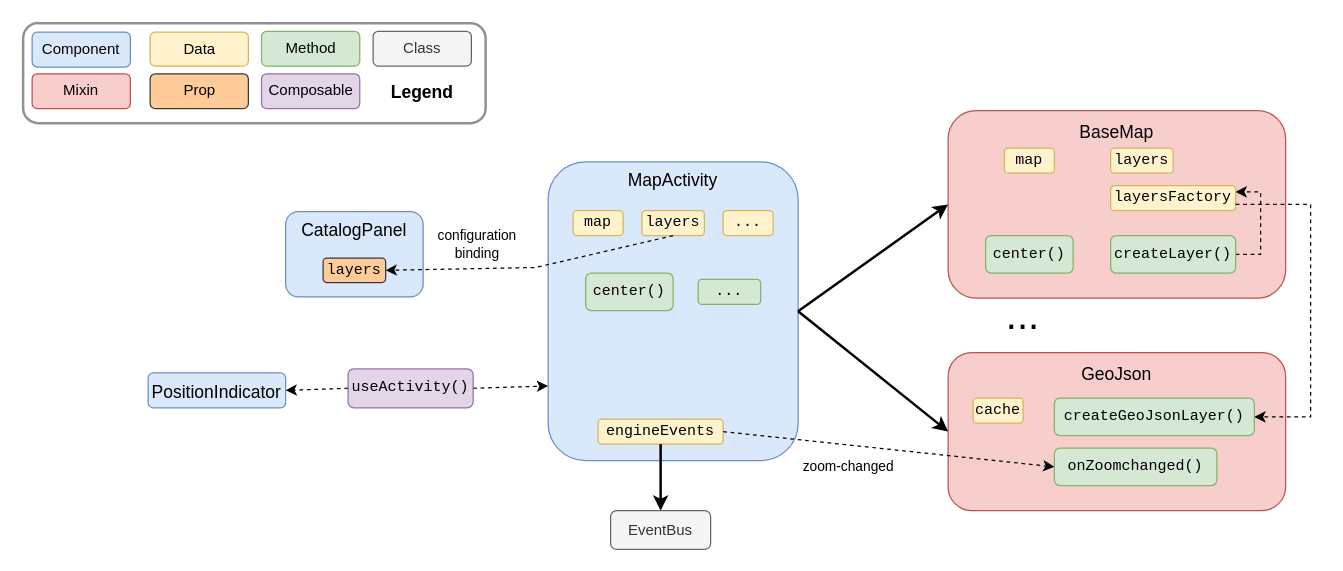
Earlier version of the draw.io diagram page "As is" (1 of 2) of docs/.vitepress/public/Map Activity.drawio (kalisio/kdk). Source tidied: cells renumbered, new cells numbered last; positions are measured from the earlier drawing's top-left corner, leaving out a move shared by most shapes. Both pictures are drawn from the tidied source at 125%, with x=0, y=0 at pixel (22, 22).
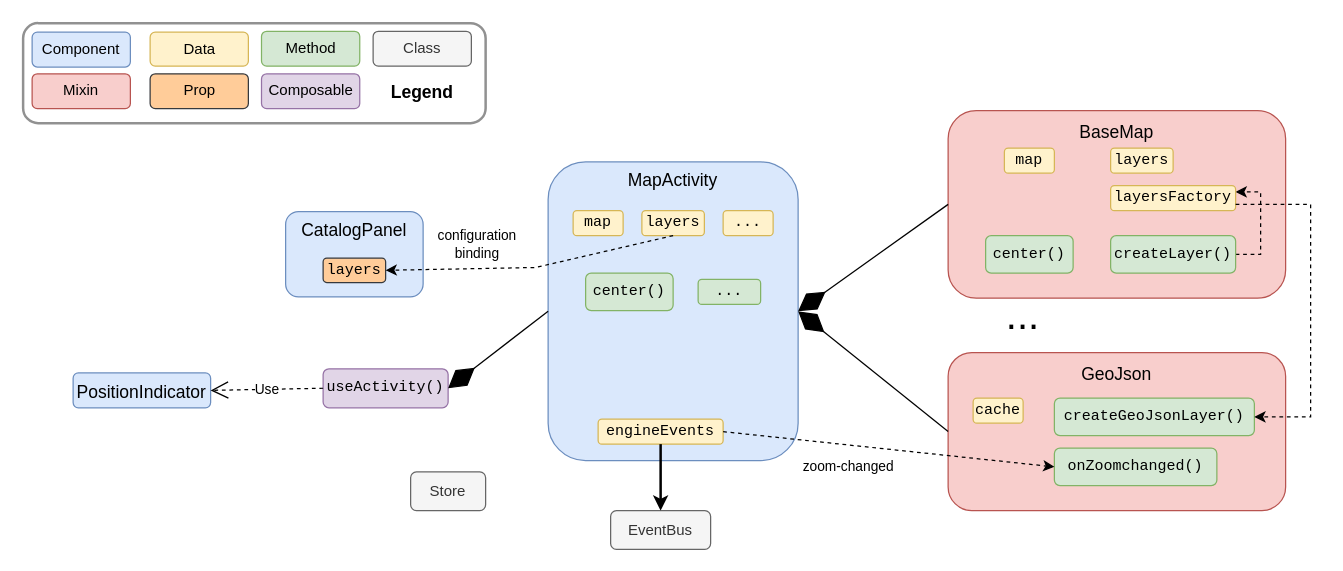
The same diagram, later.

Unchanged cells that the change refers to:
```xml
<mxCell id="3" value="&lt;font style=&quot;font-size: 14px&quot;&gt;BaseMap&lt;/font&gt;" style="rounded=1;whiteSpace=wrap;html=1;fillColor=#f8cecc;strokeColor=#b85450;fontSize=16;verticalAlign=top;" parent="1" vertex="1">
  <mxGeometry x="740" y="70" width="270" height="150" as="geometry" />
</mxCell>
<mxCell id="4" value="&lt;font style=&quot;font-size: 14px&quot;&gt;MapActivity&lt;/font&gt;" style="rounded=1;whiteSpace=wrap;html=1;fillColor=#dae8fc;strokeColor=#6c8ebf;verticalAlign=top;" parent="1" vertex="1">
  <mxGeometry x="420" y="111" width="200" height="239" as="geometry" />
</mxCell>
<mxCell id="5" value="&lt;font style=&quot;font-size: 14px&quot;&gt;GeoJson&lt;/font&gt;" style="rounded=1;whiteSpace=wrap;html=1;fillColor=#f8cecc;strokeColor=#b85450;fontSize=16;verticalAlign=top;" parent="1" vertex="1">
  <mxGeometry x="740" y="263.5" width="270" height="126.5" as="geometry" />
</mxCell>
```

Change to the diagram source:
```diff
@@
-    <mxCell id="7" style="endArrow=classic;html=1;rounded=0;entryX=0;entryY=0.5;entryDx=0;entryDy=0;exitX=1;exitY=0.5;exitDx=0;exitDy=0;strokeWidth=2;sourcePerimeterSpacing=0;" parent="1" edge="1" source="4" target="3">
-      <mxGeometry relative="1" as="geometry" />
-    </mxCell>
-    <mxCell id="8" style="endArrow=classic;html=1;rounded=0;entryX=0;entryY=0.5;entryDx=0;entryDy=0;exitX=1;exitY=0.5;exitDx=0;exitDy=0;strokeWidth=2;" parent="1" edge="1" source="4" target="5">
-      <mxGeometry relative="1" as="geometry" />
-    </mxCell>
@@
     <mxCell id="29" value="&lt;font style=&quot;font-size: 14px&quot;&gt;PositionIndicator&lt;/font&gt;" style="rounded=1;whiteSpace=wrap;html=1;fillColor=#dae8fc;strokeColor=#6c8ebf;verticalAlign=top;" parent="1" vertex="1">
-      <mxGeometry x="100" y="279.8" width="110" height="28" as="geometry" />
+      <mxGeometry x="40" y="279.8" width="110" height="28" as="geometry" />
     </mxCell>
@@
     <mxCell id="33" value="useActivity()" style="rounded=1;whiteSpace=wrap;html=1;fillColor=#e1d5e7;strokeColor=#9673a6;fontSize=12;fontFamily=Courier New;" parent="1" vertex="1">
-      <mxGeometry x="260" y="276.5" width="100" height="31.2" as="geometry" />
+      <mxGeometry x="240" y="276.5" width="100" height="31.2" as="geometry" />
     </mxCell>
-    <mxCell id="34" style="endArrow=classic;html=1;rounded=0;exitX=0;exitY=0.5;exitDx=0;exitDy=0;entryX=1;entryY=0.5;entryDx=0;entryDy=0;dashed=1;" parent="1" edge="1" source="33" target="29">
-      <mxGeometry relative="1" as="geometry" />
-    </mxCell>
-    <mxCell id="35" style="endArrow=classic;html=1;rounded=0;exitX=1;exitY=0.5;exitDx=0;exitDy=0;entryX=0;entryY=0.75;entryDx=0;entryDy=0;dashed=1;" parent="1" edge="1" source="33" target="4">
-      <mxGeometry relative="1" as="geometry" />
-    </mxCell>
@@
+    <mxCell id="46" style="endArrow=diamondThin;endFill=1;endSize=24;html=1;rounded=0;entryX=1;entryY=0.5;entryDx=0;entryDy=0;exitX=0;exitY=0.5;exitDx=0;exitDy=0;" parent="1" edge="1" source="3" target="4">
+      <mxGeometry relative="1" as="geometry" />
+    </mxCell>
+    <mxCell id="47" style="endArrow=diamondThin;endFill=1;endSize=24;html=1;rounded=0;entryX=1;entryY=0.5;entryDx=0;entryDy=0;exitX=0;exitY=0.5;exitDx=0;exitDy=0;" parent="1" edge="1" source="5" target="4">
+      <mxGeometry relative="1" as="geometry" />
+    </mxCell>
+    <mxCell id="34" value="Use" style="endArrow=open;endSize=12;dashed=1;html=1;rounded=0;exitX=0;exitY=0.5;exitDx=0;exitDy=0;entryX=1;entryY=0.5;entryDx=0;entryDy=0;" parent="1" edge="1" source="33" target="29">
+      <mxGeometry relative="1" as="geometry" />
+    </mxCell>
+    <mxCell id="48" style="endArrow=diamondThin;endFill=1;endSize=24;html=1;rounded=0;exitX=0;exitY=0.5;exitDx=0;exitDy=0;entryX=1;entryY=0.5;entryDx=0;entryDy=0;" parent="1" edge="1" source="4" target="33">
+      <mxGeometry relative="1" as="geometry" />
+    </mxCell>
+    <mxCell id="49" value="Store" style="rounded=1;whiteSpace=wrap;html=1;fillColor=#f5f5f5;strokeColor=#666666;fontSize=12;fontColor=#333333;" parent="1" vertex="1">
+      <mxGeometry x="310" y="359" width="60" height="31" as="geometry" />
+    </mxCell>
```
